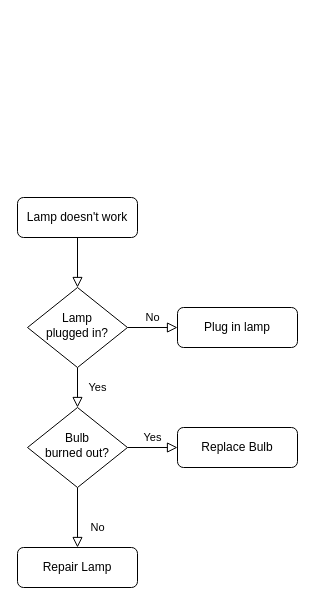
Above: 业务系统流程图.drawio in zeng0550/free-programming-books (draw.io), before the change. Source tidied: cells renumbered, new cells numbered last; positions are measured from the earlier drawing's top-left corner, leaving out a move shared by most shapes. Both pictures are drawn from the tidied source at 100%, with x=0, y=0 at pixel (17, 197).
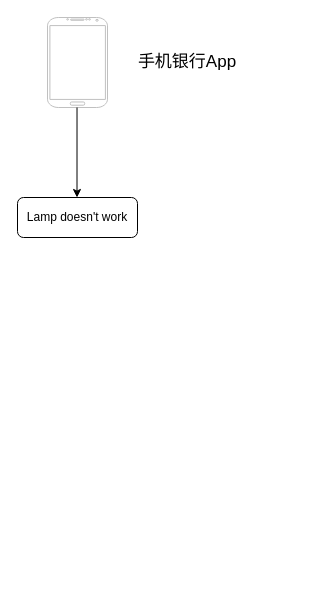
Above is the later version.

Commit message (it also covers changes not shown here):
更新业务系统流程图.drawio

Change to the diagram source:
```diff
@@
 <mxGraphModel>
   <root>
     <mxCell id="0" />
     <mxCell id="1" parent="0" />
-    <mxCell id="2" style="rounded=0;html=1;jettySize=auto;fontSize=11;endArrow=block;endFill=0;endSize=8;strokeWidth=1;shadow=0;labelBackgroundColor=none;edgeStyle=orthogonalEdgeStyle;" parent="1" edge="1" source="3" target="6">
-      <mxGeometry relative="1" as="geometry" />
-    </mxCell>
     <mxCell id="3" value="Lamp doesn't work" style="rounded=1;whiteSpace=wrap;html=1;fontSize=12;glass=0;strokeWidth=1;shadow=0;" parent="1" vertex="1">
       <mxGeometry width="120" height="40" as="geometry" />
     </mxCell>
-    <mxCell id="4" value="Yes" style="rounded=0;html=1;jettySize=auto;fontSize=11;endArrow=block;endFill=0;endSize=8;strokeWidth=1;shadow=0;labelBackgroundColor=none;edgeStyle=orthogonalEdgeStyle;" parent="1" edge="1" source="6" target="10">
-      <mxGeometry y="20" relative="1" as="geometry" />
-    </mxCell>
-    <mxCell id="5" value="No" style="edgeStyle=orthogonalEdgeStyle;rounded=0;html=1;jettySize=auto;fontSize=11;endArrow=block;endFill=0;endSize=8;strokeWidth=1;shadow=0;labelBackgroundColor=none;" parent="1" edge="1" source="6" target="7">
-      <mxGeometry y="10" relative="1" as="geometry" />
-    </mxCell>
-    <mxCell id="6" value="Lamp&lt;br&gt;plugged in?" style="rhombus;whiteSpace=wrap;html=1;shadow=0;fontFamily=Helvetica;fontSize=12;align=center;strokeWidth=1;spacing=6;spacingTop=-4;" parent="1" vertex="1">
-      <mxGeometry x="10" y="90" width="100" height="80" as="geometry" />
-    </mxCell>
-    <mxCell id="7" value="Plug in lamp" style="rounded=1;whiteSpace=wrap;html=1;fontSize=12;glass=0;strokeWidth=1;shadow=0;" parent="1" vertex="1">
-      <mxGeometry x="160" y="110" width="120" height="40" as="geometry" />
-    </mxCell>
-    <mxCell id="8" value="No" style="rounded=0;html=1;jettySize=auto;fontSize=11;endArrow=block;endFill=0;endSize=8;strokeWidth=1;shadow=0;labelBackgroundColor=none;edgeStyle=orthogonalEdgeStyle;" parent="1" edge="1" source="10" target="11">
-      <mxGeometry x="0.33" y="20" relative="1" as="geometry" />
-    </mxCell>
-    <mxCell id="9" value="Yes" style="edgeStyle=orthogonalEdgeStyle;rounded=0;html=1;jettySize=auto;fontSize=11;endArrow=block;endFill=0;endSize=8;strokeWidth=1;shadow=0;labelBackgroundColor=none;" parent="1" edge="1" source="10" target="12">
-      <mxGeometry y="10" relative="1" as="geometry" />
-    </mxCell>
-    <mxCell id="10" value="Bulb&lt;br&gt;burned out?" style="rhombus;whiteSpace=wrap;html=1;shadow=0;fontFamily=Helvetica;fontSize=12;align=center;strokeWidth=1;spacing=6;spacingTop=-4;" parent="1" vertex="1">
-      <mxGeometry x="10" y="210" width="100" height="80" as="geometry" />
-    </mxCell>
-    <mxCell id="11" value="Repair Lamp" style="rounded=1;whiteSpace=wrap;html=1;fontSize=12;glass=0;strokeWidth=1;shadow=0;" parent="1" vertex="1">
-      <mxGeometry y="350" width="120" height="40" as="geometry" />
-    </mxCell>
-    <mxCell id="12" value="Replace Bulb" style="rounded=1;whiteSpace=wrap;html=1;fontSize=12;glass=0;strokeWidth=1;shadow=0;" parent="1" vertex="1">
-      <mxGeometry x="160" y="230" width="120" height="40" as="geometry" />
-    </mxCell>
+    <mxCell id="13" style="verticalLabelPosition=bottom;verticalAlign=top;html=1;shadow=0;dashed=0;strokeWidth=1;shape=mxgraph.android.phone2;strokeColor=#c0c0c0;" parent="1" vertex="1">
+      <mxGeometry x="30" y="-180" width="60" height="90" as="geometry" />
+    </mxCell>
+    <mxCell id="14" style="endArrow=classic;html=1;rounded=0;exitX=0.492;exitY=1;exitDx=0;exitDy=0;exitPerimeter=0;" parent="1" edge="1" source="13">
+      <mxGeometry relative="1" as="geometry">
+        <mxPoint x="59.5" as="targetPoint" />
+      </mxGeometry>
+    </mxCell>
+    <mxCell id="15" value="&lt;font style=&quot;font-size: 17px;&quot;&gt;手机银行App&lt;/font&gt;" style="text;html=1;whiteSpace=wrap;strokeColor=none;fillColor=none;align=center;verticalAlign=middle;rounded=0;" parent="1" vertex="1">
+      <mxGeometry x="100" y="-150" width="140" height="30" as="geometry" />
+    </mxCell>
   </root>
 </mxGraphModel>
```
